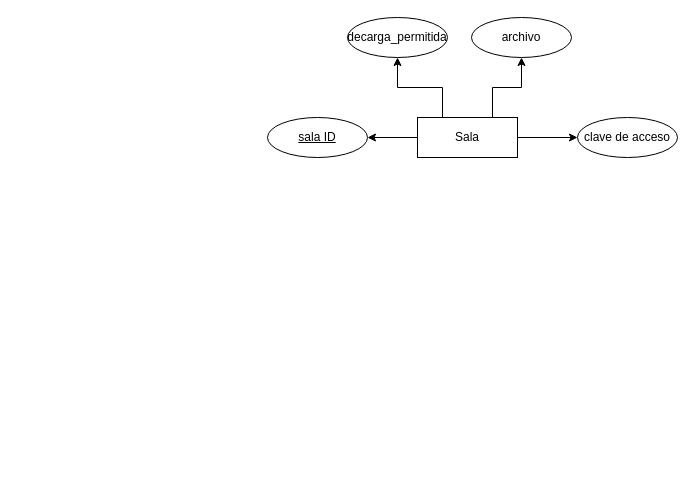
DrDaxter/diagrams keeps this draw.io diagram as secret_box_DB_schema.drawio. Above is the earlier version. Source tidied: cells renumbered, new cells numbered last; positions are measured from the earlier drawing's top-left corner, leaving out a move shared by most shapes. Both pictures are drawn from the tidied source at 100%, with x=0, y=0 at pixel (267, 17).
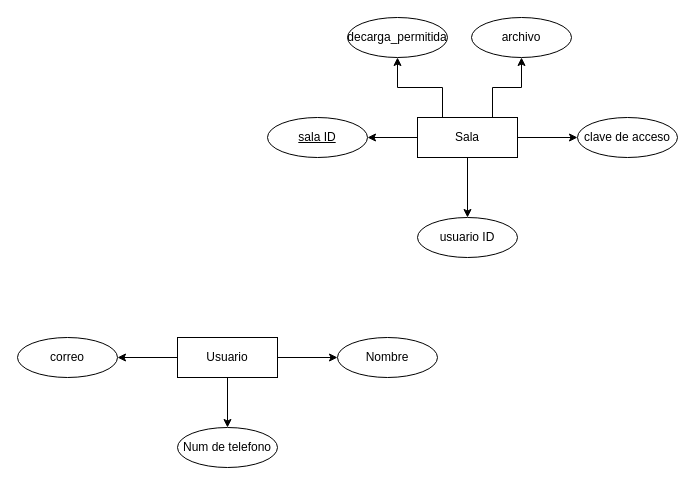
After the change.

The edit, as a diff of the source:
```diff
@@
 <mxGraphModel>
   <root>
     <mxCell id="0" />
     <mxCell id="1" parent="0" />
     <mxCell id="2" style="edgeStyle=orthogonalEdgeStyle;rounded=0;jettySize=auto;html=1;exitX=0.25;exitY=0;exitDx=0;exitDy=0;" parent="1" edge="1" source="6" target="7">
       <mxGeometry relative="1" as="geometry" />
     </mxCell>
     <mxCell id="3" style="edgeStyle=orthogonalEdgeStyle;rounded=0;jettySize=auto;html=1;entryX=0.5;entryY=1;entryDx=0;entryDy=0;exitX=0.75;exitY=0;exitDx=0;exitDy=0;" parent="1" edge="1" source="6" target="8">
       <mxGeometry relative="1" as="geometry" />
     </mxCell>
     <mxCell id="4" style="edgeStyle=orthogonalEdgeStyle;rounded=0;jettySize=auto;html=1;entryX=1;entryY=0.5;entryDx=0;entryDy=0;" parent="1" edge="1" source="6" target="9">
       <mxGeometry relative="1" as="geometry" />
     </mxCell>
     <mxCell id="5" style="edgeStyle=orthogonalEdgeStyle;rounded=0;jettySize=auto;html=1;" parent="1" edge="1" source="6" target="10">
       <mxGeometry relative="1" as="geometry" />
     </mxCell>
+    <mxCell id="11" style="edgeStyle=orthogonalEdgeStyle;rounded=0;jettySize=auto;html=1;" parent="1" edge="1" source="6" target="19">
+      <mxGeometry relative="1" as="geometry" />
+    </mxCell>
     <mxCell id="6" value="Sala" style="whiteSpace=wrap;html=1;align=center;" parent="1" vertex="1">
       <mxGeometry x="150" y="100" width="100" height="40" as="geometry" />
     </mxCell>
     <mxCell id="7" value="decarga_permitida" style="ellipse;whiteSpace=wrap;html=1;align=center;" parent="1" vertex="1">
       <mxGeometry x="80" width="100" height="40" as="geometry" />
     </mxCell>
     <mxCell id="8" value="archivo" style="ellipse;whiteSpace=wrap;html=1;align=center;" parent="1" vertex="1">
       <mxGeometry x="204" width="100" height="40" as="geometry" />
     </mxCell>
     <mxCell id="9" value="sala ID" style="ellipse;whiteSpace=wrap;html=1;align=center;fontStyle=4;" parent="1" vertex="1">
       <mxGeometry y="100" width="100" height="40" as="geometry" />
     </mxCell>
     <mxCell id="10" value="clave de acceso" style="ellipse;whiteSpace=wrap;html=1;align=center;" parent="1" vertex="1">
       <mxGeometry x="310" y="100" width="100" height="40" as="geometry" />
     </mxCell>
+    <mxCell id="12" style="edgeStyle=orthogonalEdgeStyle;rounded=0;jettySize=auto;html=1;" parent="1" edge="1" source="15" target="16">
+      <mxGeometry relative="1" as="geometry" />
+    </mxCell>
+    <mxCell id="13" style="edgeStyle=orthogonalEdgeStyle;rounded=0;jettySize=auto;html=1;" parent="1" edge="1" source="15" target="17">
+      <mxGeometry relative="1" as="geometry" />
+    </mxCell>
+    <mxCell id="14" style="edgeStyle=orthogonalEdgeStyle;rounded=0;jettySize=auto;html=1;entryX=1;entryY=0.5;entryDx=0;entryDy=0;" parent="1" edge="1" source="15" target="18">
+      <mxGeometry relative="1" as="geometry" />
+    </mxCell>
+    <mxCell id="15" value="Usuario" style="whiteSpace=wrap;html=1;align=center;" parent="1" vertex="1">
+      <mxGeometry x="-90" y="320" width="100" height="40" as="geometry" />
+    </mxCell>
+    <mxCell id="16" value="Nombre" style="ellipse;whiteSpace=wrap;html=1;align=center;" parent="1" vertex="1">
+      <mxGeometry x="70" y="320" width="100" height="40" as="geometry" />
+    </mxCell>
+    <mxCell id="17" value="Num de telefono" style="ellipse;whiteSpace=wrap;html=1;align=center;" parent="1" vertex="1">
+      <mxGeometry x="-90" y="410" width="100" height="40" as="geometry" />
+    </mxCell>
+    <mxCell id="18" value="correo" style="ellipse;whiteSpace=wrap;html=1;align=center;" parent="1" vertex="1">
+      <mxGeometry x="-250" y="320" width="100" height="40" as="geometry" />
+    </mxCell>
+    <mxCell id="19" value="usuario ID" style="ellipse;whiteSpace=wrap;html=1;align=center;" parent="1" vertex="1">
+      <mxGeometry x="150" y="200" width="100" height="40" as="geometry" />
+    </mxCell>
   </root>
 </mxGraphModel>
```
